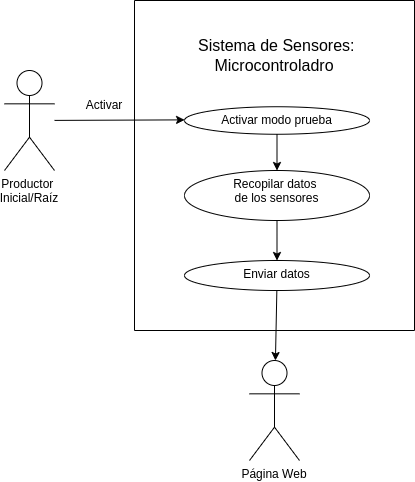
The draw.io diagram UML/Modulo1/RF1.drawio.png in miicxitl-kin/Proyecto-Terminal-1-y-2, before a commit. Source tidied: cells renumbered, new cells last; positions are measured from the earlier drawing's top-left corner, leaving out a move shared by most shapes.
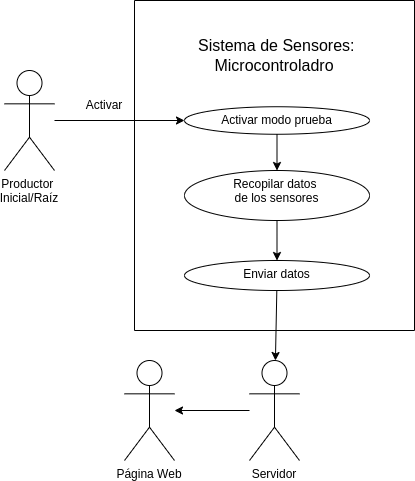
The same diagram one commit later.

Change to the diagram source:
```diff
@@ -29,7 +29,10 @@
     <mxCell id="10" value="&lt;font style=&quot;scrollbar-color: rgb(226, 226, 226) rgb(251, 251, 251); color: rgb(0, 0, 0); font-size: 16px;&quot;&gt;&amp;nbsp;Sistema de Sensores:&lt;/font&gt;&lt;div style=&quot;color: rgb(63, 63, 63); scrollbar-color: rgb(226, 226, 226) rgb(251, 251, 251);&quot;&gt;&lt;font style=&quot;scrollbar-color: rgb(226, 226, 226) rgb(251, 251, 251); color: rgb(0, 0, 0); font-size: 16px;&quot;&gt;Microcontroladro&lt;/font&gt;&lt;/div&gt;" style="text;html=1;align=center;verticalAlign=middle;whiteSpace=wrap;rounded=0;" parent="4" vertex="1">
       <mxGeometry x="50" y="40" width="180" height="30" as="geometry" />
     </mxCell>
+    <mxCell id="14" style="edgeStyle=none;html=1;" parent="1" edge="1" source="11" target="15">
+      <mxGeometry relative="1" as="geometry" />
+    </mxCell>
-    <mxCell id="11" value="Página Web" style="shape=umlActor;verticalLabelPosition=bottom;verticalAlign=top;outlineConnect=0;fillColor=none;align=center;labelBorderColor=none;labelBackgroundColor=none;labelPosition=center;textShadow=0;fontColor=default;" parent="1" vertex="1">
+    <mxCell id="11" value="Servidor" style="shape=umlActor;verticalLabelPosition=bottom;verticalAlign=top;outlineConnect=0;fillColor=none;align=center;labelBorderColor=none;labelBackgroundColor=none;labelPosition=center;textShadow=0;fontColor=default;" parent="1" vertex="1">
       <mxGeometry x="245" y="360" width="50" height="100" as="geometry" />
     </mxCell>
     <mxCell id="12" style="edgeStyle=none;html=1;" parent="1" edge="1" source="9" target="11">
@@ -38,5 +41,8 @@
     <mxCell id="13" value="Activar" style="text;html=1;align=center;verticalAlign=middle;whiteSpace=wrap;rounded=0;" parent="1" vertex="1">
       <mxGeometry x="70" y="90" width="60" height="30" as="geometry" />
     </mxCell>
+    <mxCell id="15" value="Página Web" style="shape=umlActor;verticalLabelPosition=bottom;verticalAlign=top;outlineConnect=0;fillColor=none;align=center;labelBorderColor=none;labelBackgroundColor=none;labelPosition=center;textShadow=0;fontColor=default;" parent="1" vertex="1">
+      <mxGeometry x="120" y="360" width="50" height="100" as="geometry" />
+    </mxCell>
   </root>
 </mxGraphModel>
```
